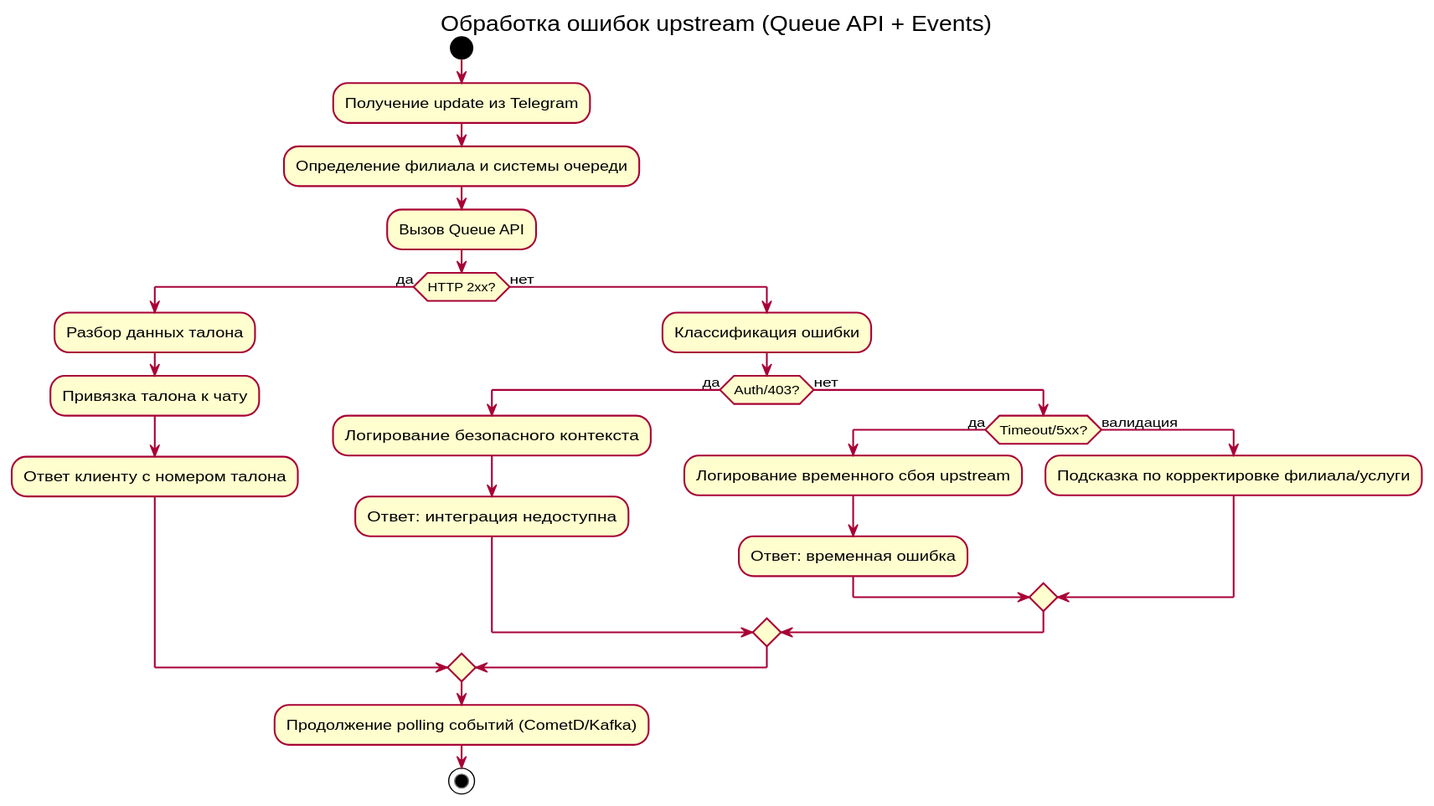
Above: docs/diagrams/error-handling-flow.svg in psokolov25/chatBotJava (PlantUML), before the change. Its diagram source:
```plantuml
@startuml
skinparam backgroundColor #FFFFFF
skinparam shadowing false
skinparam roundcorner 12
title Обработка ошибок upstream (Queue API + Events)
start
:Получение update из Telegram;
:Определение филиала и системы очереди;
:Вызов Queue API;
if (HTTP 2xx?) then (да)
  :Разбор данных талона;
  :Привязка талона к чату;
  :Ответ клиенту с номером талона;
else (нет)
  :Классификация ошибки;
  if (Auth/403?) then (да)
    :Логирование безопасного контекста;
    :Ответ: интеграция недоступна;
  else (нет)
    if (Timeout/5xx?) then (да)
      :Логирование временного сбоя upstream;
      :Ответ: временная ошибка;
    else (валидация)
      :Подсказка по корректировке филиала/услуги;
    endif
  endif
endif
:Продолжение polling событий (CometD/Kafka);
stop
@enduml
```
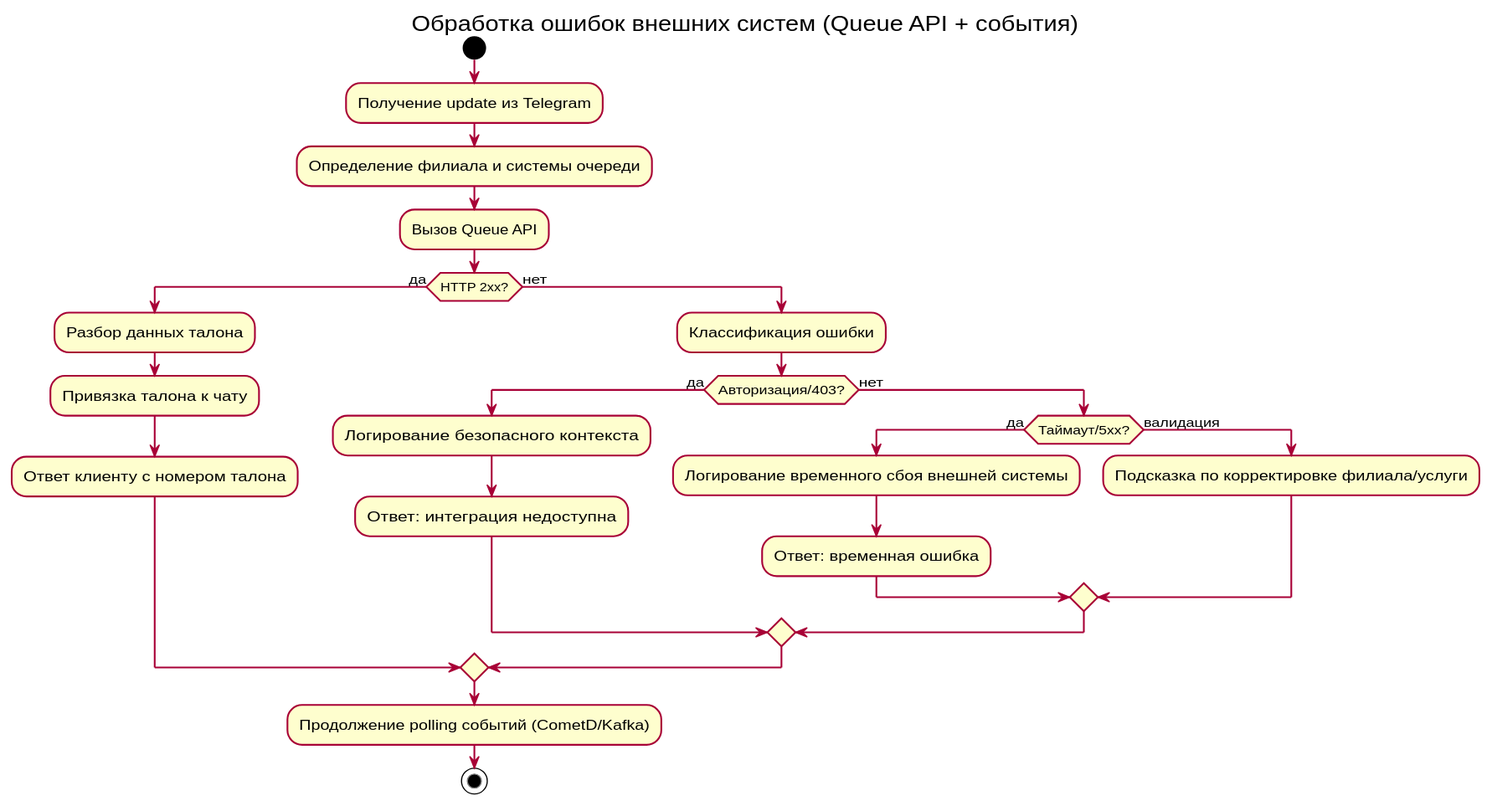
Above is the later version.

Change to the diagram source:
```diff
@@ -2,7 +2,7 @@
 skinparam backgroundColor #FFFFFF
 skinparam shadowing false
 skinparam roundcorner 12
-title Обработка ошибок upstream (Queue API + Events)
+title Обработка ошибок внешних систем (Queue API + события)
 start
 :Получение update из Telegram;
 :Определение филиала и системы очереди;
@@ -13,12 +13,12 @@
   :Ответ клиенту с номером талона;
 else (нет)
   :Классификация ошибки;
-  if (Auth/403?) then (да)
+  if (Авторизация/403?) then (да)
     :Логирование безопасного контекста;
     :Ответ: интеграция недоступна;
   else (нет)
-    if (Timeout/5xx?) then (да)
-      :Логирование временного сбоя upstream;
+    if (Таймаут/5xx?) then (да)
+      :Логирование временного сбоя внешней системы;
       :Ответ: временная ошибка;
     else (валидация)
       :Подсказка по корректировке филиала/услуги;
```
